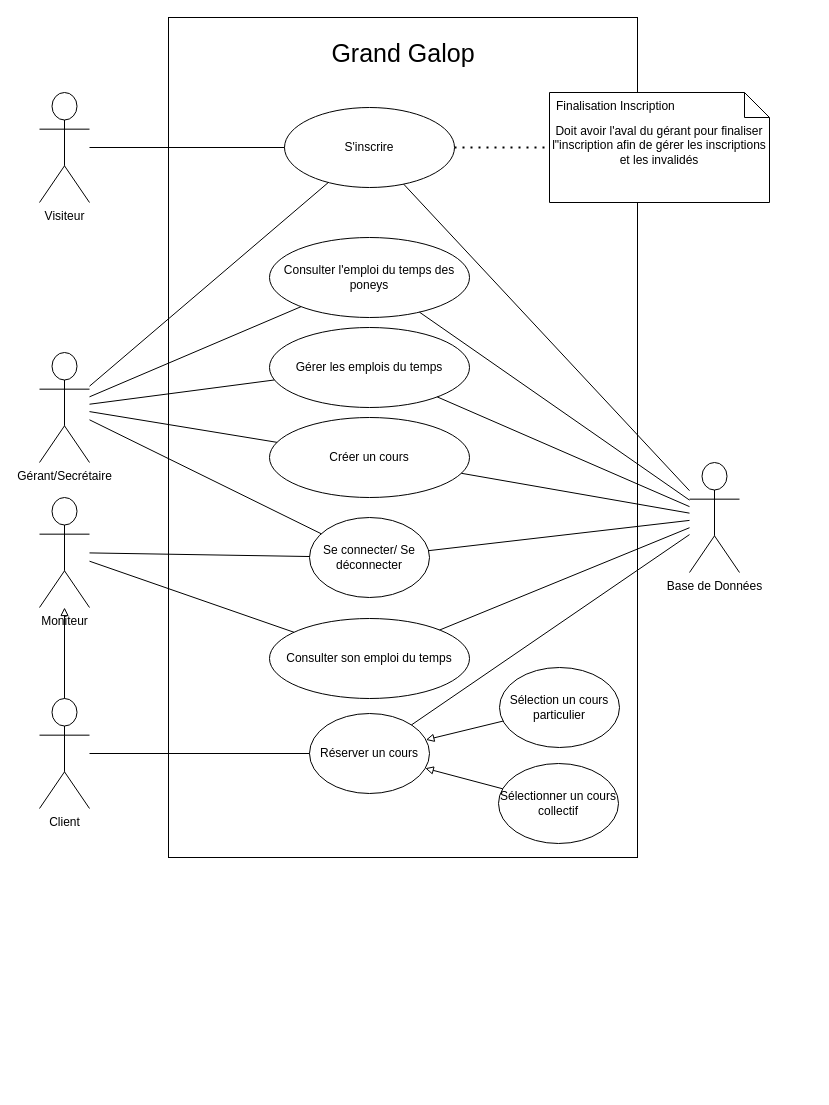
Before: Cas Utilisation.drawio in baptiste-mignan/Sae-web-BD, a draw.io diagram. Source tidied: cells renumbered, new cells numbered last; positions are measured from the earlier drawing's top-left corner, leaving out a move shared by most shapes. Both pictures are drawn from the tidied source at 100%, with x=0, y=0 at pixel (39, 17).
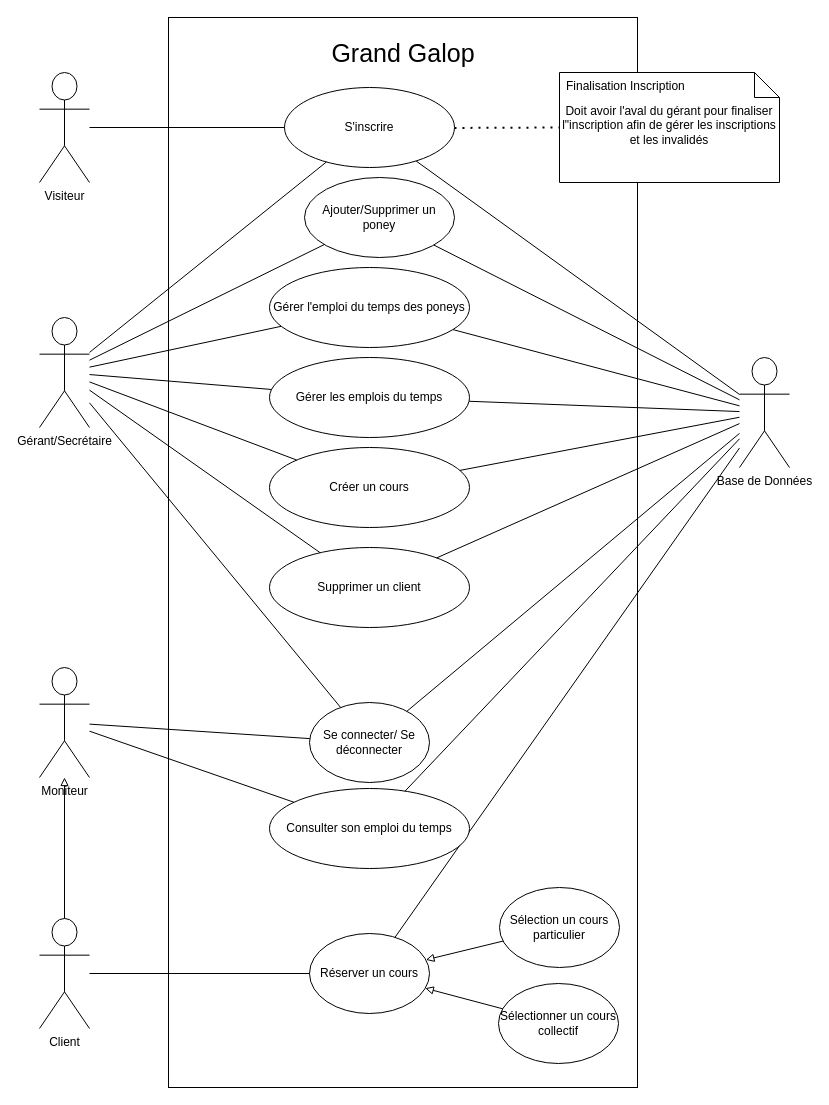
Above is the later version.

Commit message (it also covers changes not shown here):
Mettre à jour Cas Utilisation.drawio

The edit, as a diff of the source:
```diff
@@
     <mxCell id="2" style="whiteSpace=wrap;html=1;fillColor=none;" parent="1" vertex="1">
-      <mxGeometry x="129" width="469" height="840" as="geometry" />
+      <mxGeometry x="129" width="469" height="1070" as="geometry" />
     </mxCell>
     <mxCell id="3" value="Client" style="shape=umlActor;verticalLabelPosition=bottom;verticalAlign=top;html=1;outlineConnect=0;" parent="1" vertex="1">
-      <mxGeometry y="681" width="50" height="110" as="geometry" />
+      <mxGeometry y="901" width="50" height="110" as="geometry" />
     </mxCell>
     <mxCell id="4" value="Gérant/Secrétaire" style="shape=umlActor;verticalLabelPosition=bottom;verticalAlign=top;html=1;outlineConnect=0;" parent="1" vertex="1">
-      <mxGeometry y="335" width="50" height="110" as="geometry" />
+      <mxGeometry y="300" width="50" height="110" as="geometry" />
     </mxCell>
     <mxCell id="5" value="Visiteur" style="shape=umlActor;verticalLabelPosition=bottom;verticalAlign=top;html=1;outlineConnect=0;" parent="1" vertex="1">
-      <mxGeometry y="75" width="50" height="110" as="geometry" />
+      <mxGeometry y="55" width="50" height="110" as="geometry" />
     </mxCell>
     <mxCell id="6" value="Gérer les emplois du temps" style="ellipse;whiteSpace=wrap;html=1;" parent="1" vertex="1">
-      <mxGeometry x="230" y="310" width="200" height="80" as="geometry" />
+      <mxGeometry x="230" y="340" width="200" height="80" as="geometry" />
     </mxCell>
-    <mxCell id="7" value="Consulter l'emploi du temps des poneys" style="ellipse;whiteSpace=wrap;html=1;" parent="1" vertex="1">
-      <mxGeometry x="230" y="220" width="200" height="80" as="geometry" />
+    <mxCell id="7" value="Gérer l'emploi du temps des poneys" style="ellipse;whiteSpace=wrap;html=1;" parent="1" vertex="1">
+      <mxGeometry x="230" y="250" width="200" height="80" as="geometry" />
     </mxCell>
     <mxCell id="8" value="Se connecter/ Se déconnecter" style="ellipse;whiteSpace=wrap;html=1;" parent="1" vertex="1">
-      <mxGeometry x="270" y="500" width="120" height="80" as="geometry" />
+      <mxGeometry x="270" y="685" width="120" height="80" as="geometry" />
     </mxCell>
     <mxCell id="9" value="S'inscrire" style="ellipse;whiteSpace=wrap;html=1;" parent="1" vertex="1">
-      <mxGeometry x="245" y="90" width="170" height="80" as="geometry" />
+      <mxGeometry x="245" y="70" width="170" height="80" as="geometry" />
     </mxCell>
     <mxCell id="10" value="Réserver un cours" style="ellipse;whiteSpace=wrap;html=1;" parent="1" vertex="1">
-      <mxGeometry x="270" y="696" width="120" height="80" as="geometry" />
+      <mxGeometry x="270" y="916" width="120" height="80" as="geometry" />
     </mxCell>
@@
     <mxCell id="18" value="Doit avoir l'aval du gérant pour finaliser l&quot;inscription afin de gérer les inscriptions et les invalidés" style="shape=note2;boundedLbl=1;whiteSpace=wrap;html=1;size=25;verticalAlign=top;align=center;" parent="1" vertex="1">
-      <mxGeometry x="510" y="75" width="220" height="110" as="geometry" />
+      <mxGeometry x="520" y="55" width="220" height="110" as="geometry" />
     </mxCell>
@@
     <mxCell id="21" value="Sélection un cours particulier" style="ellipse;whiteSpace=wrap;html=1;" parent="1" vertex="1">
-      <mxGeometry x="460" y="650" width="120" height="80" as="geometry" />
+      <mxGeometry x="460" y="870" width="120" height="80" as="geometry" />
     </mxCell>
     <mxCell id="22" value="Sélectionner un cours collectif" style="ellipse;whiteSpace=wrap;html=1;" parent="1" vertex="1">
-      <mxGeometry x="459" y="746" width="120" height="80" as="geometry" />
+      <mxGeometry x="459" y="966" width="120" height="80" as="geometry" />
     </mxCell>
@@
     <mxCell id="25" value="Base de Données" style="shape=umlActor;verticalLabelPosition=bottom;verticalAlign=top;html=1;outlineConnect=0;" parent="1" vertex="1">
-      <mxGeometry x="650" y="445" width="50" height="110" as="geometry" />
+      <mxGeometry x="700" y="340" width="50" height="110" as="geometry" />
     </mxCell>
@@
     <mxCell id="30" value="Moniteur" style="shape=umlActor;verticalLabelPosition=bottom;verticalAlign=top;html=1;outlineConnect=0;" parent="1" vertex="1">
-      <mxGeometry y="480" width="50" height="110" as="geometry" />
+      <mxGeometry y="650" width="50" height="110" as="geometry" />
     </mxCell>
@@
     <mxCell id="32" value="Consulter son emploi du temps" style="ellipse;whiteSpace=wrap;html=1;" parent="1" vertex="1">
-      <mxGeometry x="230" y="601" width="200" height="80" as="geometry" />
+      <mxGeometry x="230" y="771" width="200" height="80" as="geometry" />
     </mxCell>
@@
     <mxCell id="35" value="Créer un cours" style="ellipse;whiteSpace=wrap;html=1;" parent="1" vertex="1">
-      <mxGeometry x="230" y="400" width="200" height="80" as="geometry" />
+      <mxGeometry x="230" y="430" width="200" height="80" as="geometry" />
     </mxCell>
@@
+    <mxCell id="40" value="Ajouter/Supprimer un poney" style="ellipse;whiteSpace=wrap;html=1;" parent="1" vertex="1">
+      <mxGeometry x="265" y="160" width="150" height="80" as="geometry" />
+    </mxCell>
+    <mxCell id="41" style="endArrow=none;html=1;rounded=0;" parent="1" edge="1" source="40" target="4">
+      <mxGeometry relative="1" as="geometry" />
+    </mxCell>
+    <mxCell id="42" style="endArrow=none;html=1;rounded=0;" parent="1" edge="1" source="25" target="40">
+      <mxGeometry relative="1" as="geometry" />
+    </mxCell>
+    <mxCell id="43" value="Supprimer un client" style="ellipse;whiteSpace=wrap;html=1;" parent="1" vertex="1">
+      <mxGeometry x="230" y="530" width="200" height="80" as="geometry" />
+    </mxCell>
+    <mxCell id="44" style="endArrow=none;html=1;rounded=0;" parent="1" edge="1" source="43" target="25">
+      <mxGeometry relative="1" as="geometry" />
+    </mxCell>
+    <mxCell id="45" style="endArrow=none;html=1;rounded=0;" parent="1" edge="1" source="4" target="43">
+      <mxGeometry relative="1" as="geometry" />
+    </mxCell>
```
